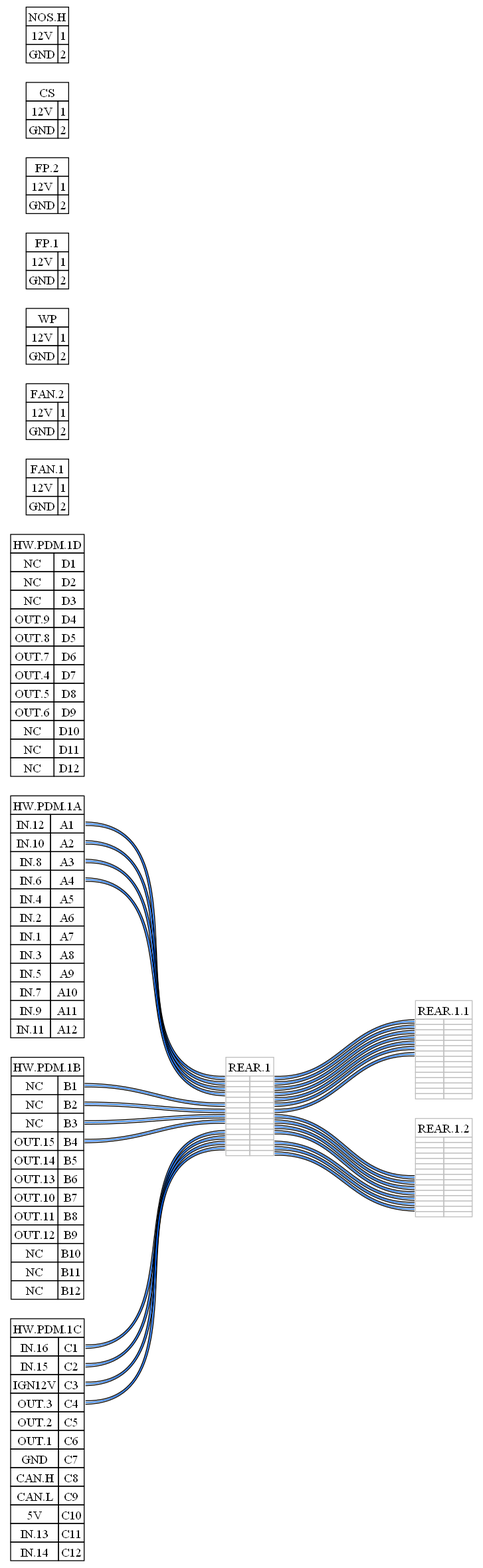
Above: out.gv.png in cmjdev/wiregen (Graphviz), before the change. Its source is kept beside it as out.gv.
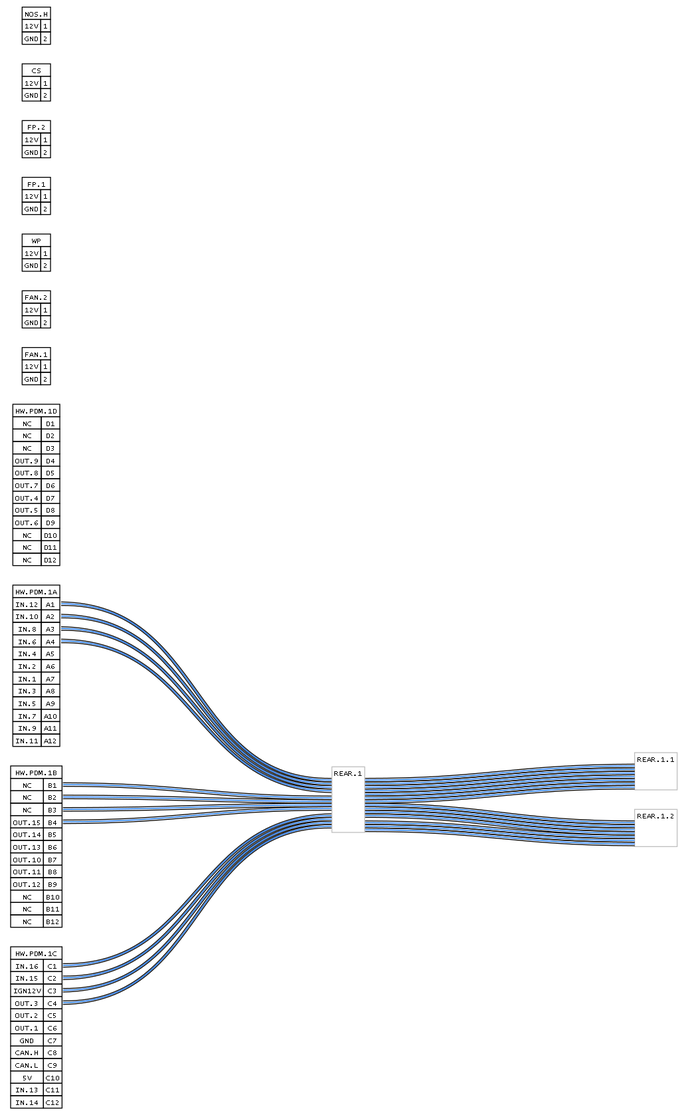
The same diagram one commit later.

Change to the diagram source:
```diff
@@ -1,6 +1,6 @@
-graph {nodesep=.2 ranksep=2 rankdir=LR
+graph {nodesep=.2 ranksep=4 rankdir=LR
 
-node [shape=none];
+node [shape=none fontname="Lucida Console" fontsize=8];
 edge [color="#000000:#0066ff:#000000"];
 
 "HW.PDM.1A" [label = <<TABLE border="0" cellspacing="0" cellborder="1"><TR><TD colspan="2">HW.PDM.1A</TD></TR><TR><TD PORT="A1L">IN.12</TD><TD PORT="A1R">A1</TD></TR><TR><TD PORT="A2L">IN.10</TD><TD PORT="A2R">A2</TD></TR><TR><TD PORT="A3L">IN.8</TD><TD PORT="A3R">A3</TD></TR><TR><TD PORT="A4L">IN.6</TD><TD PORT="A4R">A4</TD></TR><TR><TD PORT="A5L">IN.4</TD><TD PORT="A5R">A5</TD></TR><TR><TD PORT="A6L">IN.2</TD><TD PORT="A6R">A6</TD></TR><TR><TD PORT="A7L">IN.1</TD><TD PORT="A7R">A7</TD></TR><TR><TD PORT="A8L">IN.3</TD><TD PORT="A8R">A8</TD></TR><TR><TD PORT="A9L">IN.5</TD><TD PORT="A9R">A9</TD></TR><TR><TD PORT="A10L">IN.7</TD><TD PORT="A10R">A10</TD></TR><TR><TD PORT="A11L">IN.9</TD><TD PORT="A11R">A11</TD></TR><TR><TD PORT="A12L">IN.11</TD><TD PORT="A12R">A12</TD></TR></TABLE>>];
@@ -14,9 +14,9 @@
 "FP.2" [label = <<TABLE border="0" cellspacing="0" cellborder="1"><TR><TD colspan="2">FP.2</TD></TR><TR><TD PORT="1L">12V</TD><TD PORT="1R">1</TD></TR><TR><TD PORT="2L">GND</TD><TD PORT="2R">2</TD></TR></TABLE>>];
 "CS" [label = <<TABLE border="0" cellspacing="0" cellborder="1"><TR><TD colspan="2">CS</TD></TR><TR><TD PORT="1L">12V</TD><TD PORT="1R">1</TD></TR><TR><TD PORT="2L">GND</TD><TD PORT="2R">2</TD></TR></TABLE>>];
 "NOS.H" [label = <<TABLE border="0" cellspacing="0" cellborder="1"><TR><TD colspan="2">NOS.H</TD></TR><TR><TD PORT="1L">12V</TD><TD PORT="1R">1</TD></TR><TR><TD PORT="2L">GND</TD><TD PORT="2R">2</TD></TR></TABLE>>];
-"REAR.1" [label = <<TABLE border="0" cellspacing="0" color="grey" cellborder="1"><TR><TD colspan="2">REAR.1</TD></TR><TR><TD PORT="0L"></TD><TD PORT="0R"></TD></TR><TR><TD PORT="1L"></TD><TD PORT="1R"></TD></TR><TR><TD PORT="2L"></TD><TD PORT="2R"></TD></TR><TR><TD PORT="3L"></TD><TD PORT="3R"></TD></TR><TR><TD PORT="4L"></TD><TD PORT="4R"></TD></TR><TR><TD PORT="5L"></TD><TD PORT="5R"></TD></TR><TR><TD PORT="6L"></TD><TD PORT="6R"></TD></TR><TR><TD PORT="7L"></TD><TD PORT="7R"></TD></TR><TR><TD PORT="8L"></TD><TD PORT="8R"></TD></TR><TR><TD PORT="9L"></TD><TD PORT="9R"></TD></TR><TR><TD PORT="10L"></TD><TD PORT="10R"></TD></TR><TR><TD PORT="11L"></TD><TD PORT="11R"></TD></TR><TR><TD PORT="12L"></TD><TD PORT="12R"></TD></TR><TR><TD PORT="13L"></TD><TD PORT="13R"></TD></TR><TR><TD PORT="14L"></TD><TD PORT="14R"></TD></TR></TABLE>>];
-"REAR.1.1" [label = <<TABLE border="0" cellspacing="0" color="grey" cellborder="1"><TR><TD colspan="2">REAR.1.1</TD></TR><TR><TD PORT="0L"></TD><TD PORT="0R"></TD></TR><TR><TD PORT="1L"></TD><TD PORT="1R"></TD></TR><TR><TD PORT="2L"></TD><TD PORT="2R"></TD></TR><TR><TD PORT="3L"></TD><TD PORT="3R"></TD></TR><TR><TD PORT="4L"></TD><TD PORT="4R"></TD></TR><TR><TD PORT="5L"></TD><TD PORT="5R"></TD></TR><TR><TD PORT="6L"></TD><TD PORT="6R"></TD></TR><TR><TD PORT="7L"></TD><TD PORT="7R"></TD></TR><TR><TD PORT="8L"></TD><TD PORT="8R"></TD></TR><TR><TD PORT="9L"></TD><TD PORT="9R"></TD></TR><TR><TD PORT="10L"></TD><TD PORT="10R"></TD></TR><TR><TD PORT="11L"></TD><TD PORT="11R"></TD></TR><TR><TD PORT="12L"></TD><TD PORT="12R"></TD></TR><TR><TD PORT="13L"></TD><TD PORT="13R"></TD></TR><TR><TD PORT="14L"></TD><TD PORT="14R"></TD></TR></TABLE>>];
-"REAR.1.2" [label = <<TABLE border="0" cellspacing="0" color="grey" cellborder="1"><TR><TD colspan="2">REAR.1.2</TD></TR><TR><TD PORT="0L"></TD><TD PORT="0R"></TD></TR><TR><TD PORT="1L"></TD><TD PORT="1R"></TD></TR><TR><TD PORT="2L"></TD><TD PORT="2R"></TD></TR><TR><TD PORT="3L"></TD><TD PORT="3R"></TD></TR><TR><TD PORT="4L"></TD><TD PORT="4R"></TD></TR><TR><TD PORT="5L"></TD><TD PORT="5R"></TD></TR><TR><TD PORT="6L"></TD><TD PORT="6R"></TD></TR><TR><TD PORT="7L"></TD><TD PORT="7R"></TD></TR><TR><TD PORT="8L"></TD><TD PORT="8R"></TD></TR><TR><TD PORT="9L"></TD><TD PORT="9R"></TD></TR><TR><TD PORT="10L"></TD><TD PORT="10R"></TD></TR><TR><TD PORT="11L"></TD><TD PORT="11R"></TD></TR><TR><TD PORT="12L"></TD><TD PORT="12R"></TD></TR><TR><TD PORT="13L"></TD><TD PORT="13R"></TD></TR><TR><TD PORT="14L"></TD><TD PORT="14R"></TD></TR></TABLE>>];
+"REAR.1" [label = <<TABLE border="1" cellspacing="0" color="grey" cellborder="0"><TR><TD colspan="2">REAR.1</TD></TR><TR><TD PORT="0L"></TD><TD PORT="0R"></TD></TR><TR><TD PORT="1L"></TD><TD PORT="1R"></TD></TR><TR><TD PORT="2L"></TD><TD PORT="2R"></TD></TR><TR><TD PORT="3L"></TD><TD PORT="3R"></TD></TR><TR><TD PORT="4L"></TD><TD PORT="4R"></TD></TR><TR><TD PORT="5L"></TD><TD PORT="5R"></TD></TR><TR><TD PORT="6L"></TD><TD PORT="6R"></TD></TR><TR><TD PORT="7L"></TD><TD PORT="7R"></TD></TR><TR><TD PORT="8L"></TD><TD PORT="8R"></TD></TR><TR><TD PORT="9L"></TD><TD PORT="9R"></TD></TR><TR><TD PORT="10L"></TD><TD PORT="10R"></TD></TR><TR><TD PORT="11L"></TD><TD PORT="11R"></TD></TR><TR><TD PORT="12L"></TD><TD PORT="12R"></TD></TR><TR><TD PORT="13L"></TD><TD PORT="13R"></TD></TR><TR><TD PORT="14L"></TD><TD PORT="14R"></TD></TR></TABLE>>];
+"REAR.1.1" [label = <<TABLE border="1" cellspacing="0" color="grey" cellborder="0"><TR><TD colspan="2">REAR.1.1</TD></TR><TR><TD PORT="0L"></TD><TD PORT="0R"></TD></TR><TR><TD PORT="1L"></TD><TD PORT="1R"></TD></TR><TR><TD PORT="2L"></TD><TD PORT="2R"></TD></TR><TR><TD PORT="3L"></TD><TD PORT="3R"></TD></TR><TR><TD PORT="4L"></TD><TD PORT="4R"></TD></TR><TR><TD PORT="5L"></TD><TD PORT="5R"></TD></TR><TR><TD PORT="6L"></TD><TD PORT="6R"></TD></TR></TABLE>>];
+"REAR.1.2" [label = <<TABLE border="1" cellspacing="0" color="grey" cellborder="0"><TR><TD colspan="2">REAR.1.2</TD></TR><TR><TD PORT="0L"></TD><TD PORT="0R"></TD></TR><TR><TD PORT="1L"></TD><TD PORT="1R"></TD></TR><TR><TD PORT="2L"></TD><TD PORT="2R"></TD></TR><TR><TD PORT="3L"></TD><TD PORT="3R"></TD></TR><TR><TD PORT="4L"></TD><TD PORT="4R"></TD></TR><TR><TD PORT="5L"></TD><TD PORT="5R"></TD></TR><TR><TD PORT="6L"></TD><TD PORT="6R"></TD></TR></TABLE>>];
 "HW.PDM.1A":"A1R" -- "REAR.1":"0L"
 "HW.PDM.1A":"A2R" -- "REAR.1":"1L"
 "HW.PDM.1A":"A3R" -- "REAR.1":"2L"
@@ -36,11 +36,11 @@
 "REAR.1":"4R" -- "REAR.1.1":"4L"
 "REAR.1":"5R" -- "REAR.1.1":"5L"
 "REAR.1":"6R" -- "REAR.1.1":"6L"
-"REAR.1":"7R" -- "REAR.1.2":"7L"
-"REAR.1":"8R" -- "REAR.1.2":"8L"
-"REAR.1":"9R" -- "REAR.1.2":"9L"
-"REAR.1":"10R" -- "REAR.1.2":"10L"
-"REAR.1":"12R" -- "REAR.1.2":"11L"
-"REAR.1":"13R" -- "REAR.1.2":"12L"
-"REAR.1":"14R" -- "REAR.1.2":"13L"
+"REAR.1":"7R" -- "REAR.1.2":"0L"
+"REAR.1":"8R" -- "REAR.1.2":"1L"
+"REAR.1":"9R" -- "REAR.1.2":"2L"
+"REAR.1":"10R" -- "REAR.1.2":"3L"
+"REAR.1":"12R" -- "REAR.1.2":"4L"
+"REAR.1":"13R" -- "REAR.1.2":"5L"
+"REAR.1":"14R" -- "REAR.1.2":"6L"
 }
```
